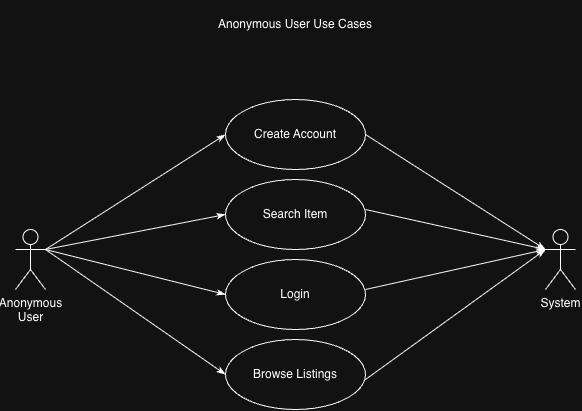
The draw.io diagram Use Cases/AnonymousUseCase.png in Jason-Kng/Bulldog-Records, before a commit. Source tidied: cells renumbered, new cells last; positions are measured from the earlier drawing's top-left corner, leaving out a move shared by most shapes.
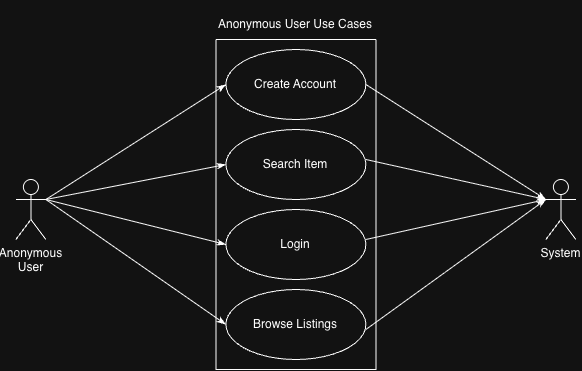
After the commit.

Commit message:
Updated use case diagrams

Change to the diagram source:
```diff
@@ -55,7 +55,10 @@
       <mxGeometry x="210" y="340" width="140" height="70" as="geometry" />
     </mxCell>
     <mxCell id="16" value="Anonymous User Use Cases" style="text;html=1;whiteSpace=wrap;strokeColor=none;fillColor=none;align=center;verticalAlign=middle;rounded=0;" parent="1" vertex="1">
-      <mxGeometry x="190" width="180" height="50" as="geometry" />
+      <mxGeometry x="190" y="50" width="180" height="50" as="geometry" />
     </mxCell>
+    <mxCell id="17" style="swimlane;startSize=0;" parent="1" vertex="1">
+      <mxGeometry x="200" y="90" width="160" height="330" as="geometry" />
+    </mxCell>
   </root>
 </mxGraphModel>
```
